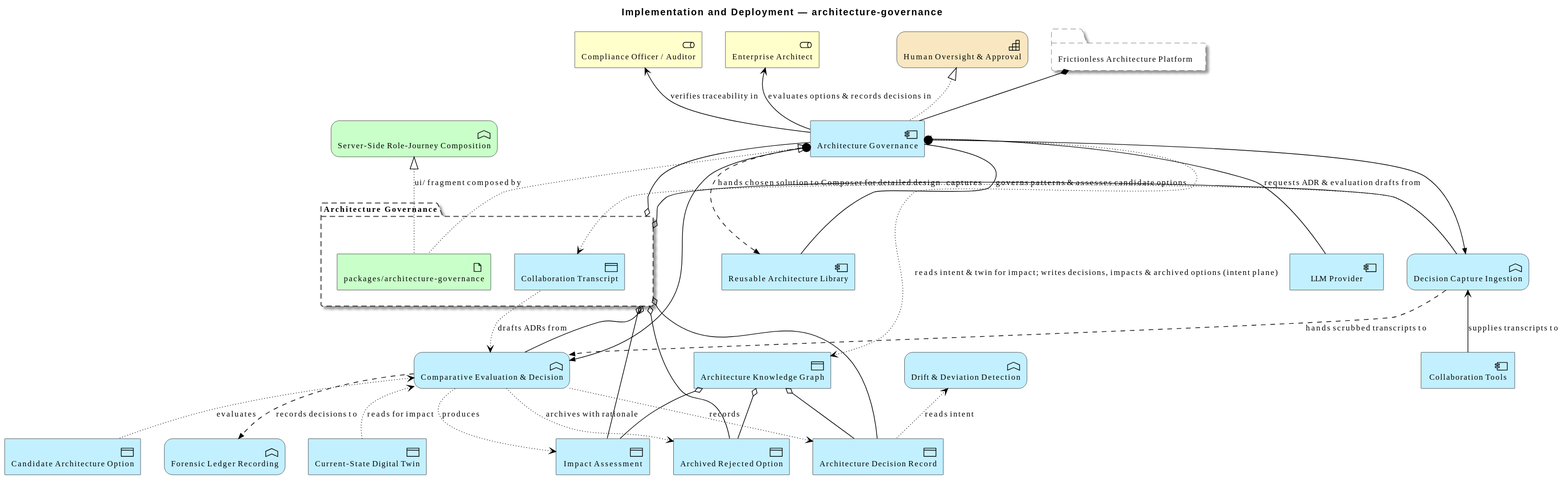
The PlantUML diagram architecture/model/diagrams/implementation/deployment/architecture-governance.svg in wolffy-au/frictionless-architect, before a commit.
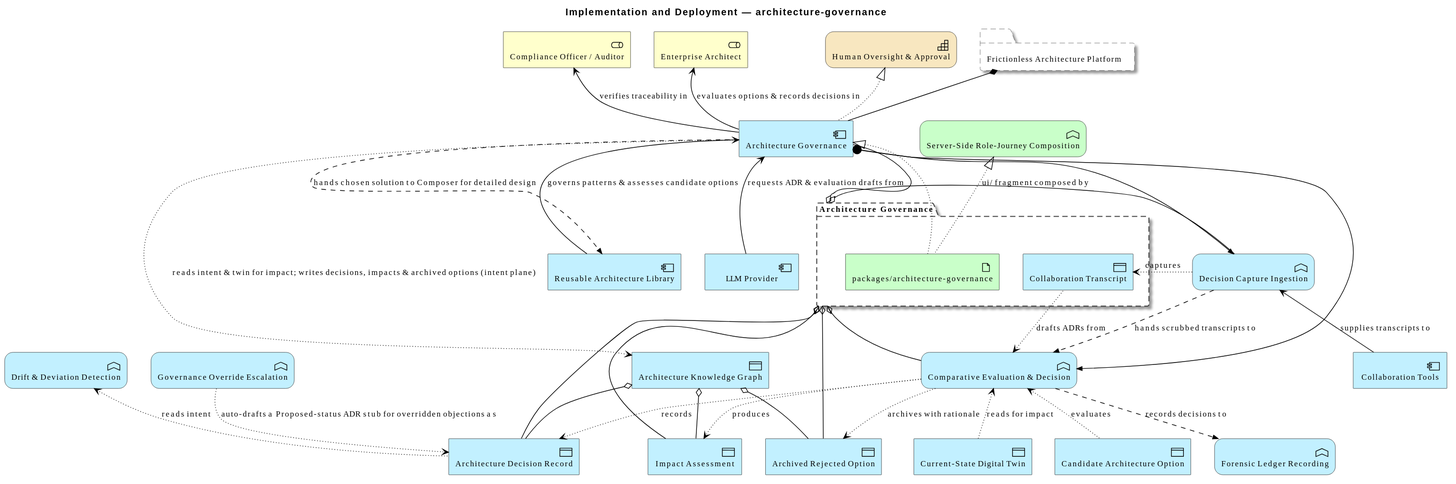
Above is the later version.

Diff of the diagram source:
```diff
@@ -17,6 +17,7 @@
 Application_Function(e_id1a6bc8a929675e, "Decision Capture Ingestion")
 Application_Function(e_id26722845c7215d, "Comparative Evaluation & Decision")
 Application_Function(e_id5447be33805351, "Drift & Deviation Detection")
+Application_Function(e_id524ad7dd09c255, "Governance Override Escalation")
 Application_DataObject(e_ide732c9a4b52a59, "Current-State Digital Twin")
 Application_DataObject(e_ide500d303f47455, "Candidate Architecture Option")
 Application_DataObject(e_idc6a20aaf9c5950, "Architecture Decision Record")
@@ -47,6 +48,7 @@
 Rel_Access_w(e_id26722845c7215d, e_ideb3e3dd87f3c5c, "produces")
 Rel_Access_w(e_id26722845c7215d, e_idc6a20aaf9c5950, "records")
 Rel_Access_w(e_id26722845c7215d, e_id0f0ef898faa15b, "archives with rationale")
+Rel_Access_w(e_id524ad7dd09c255, e_idc6a20aaf9c5950, "auto-drafts a Proposed-status ADR stub for overridden objections as")
 Rel_Flow(e_id26722845c7215d, e_id1877d57ef1ec5e, "records decisions to")
 Rel_Access_r(e_id5447be33805351, e_idc6a20aaf9c5950, "reads intent")
 Rel_Aggregation(e_id989d401ffdae55, e_idc6a20aaf9c5950, "")
```
